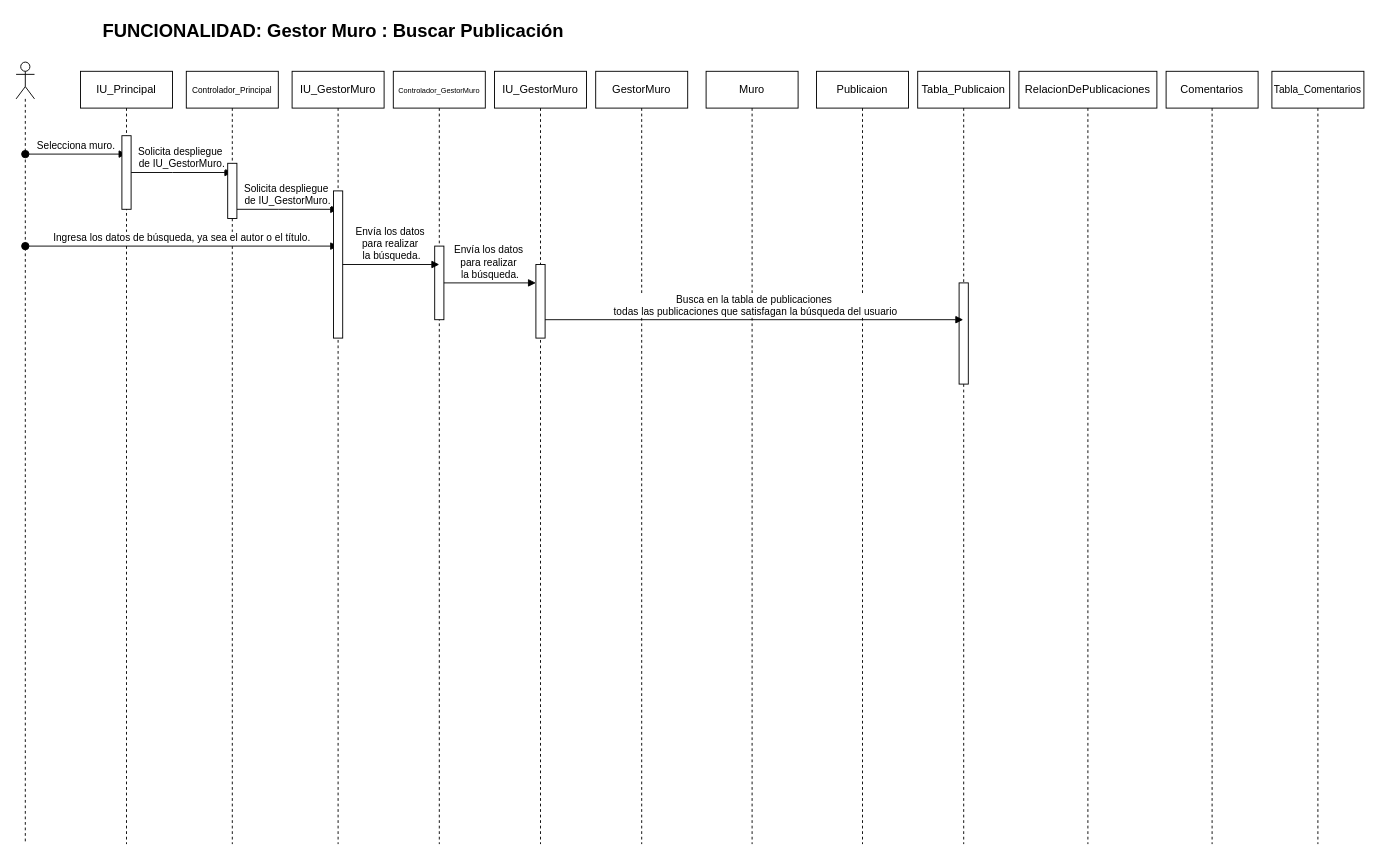
Above: page "Page-2" (2 of 3) of Untitled Diagram.drawio in GamalielAbad12/UnProyecto (draw.io), before the change. Source tidied: cells renumbered, new cells numbered last; positions are measured from the earlier drawing's top-left corner, leaving out a move shared by most shapes. Both pictures are drawn from the tidied source at 92%, with x=0, y=0 at pixel (16, 16).
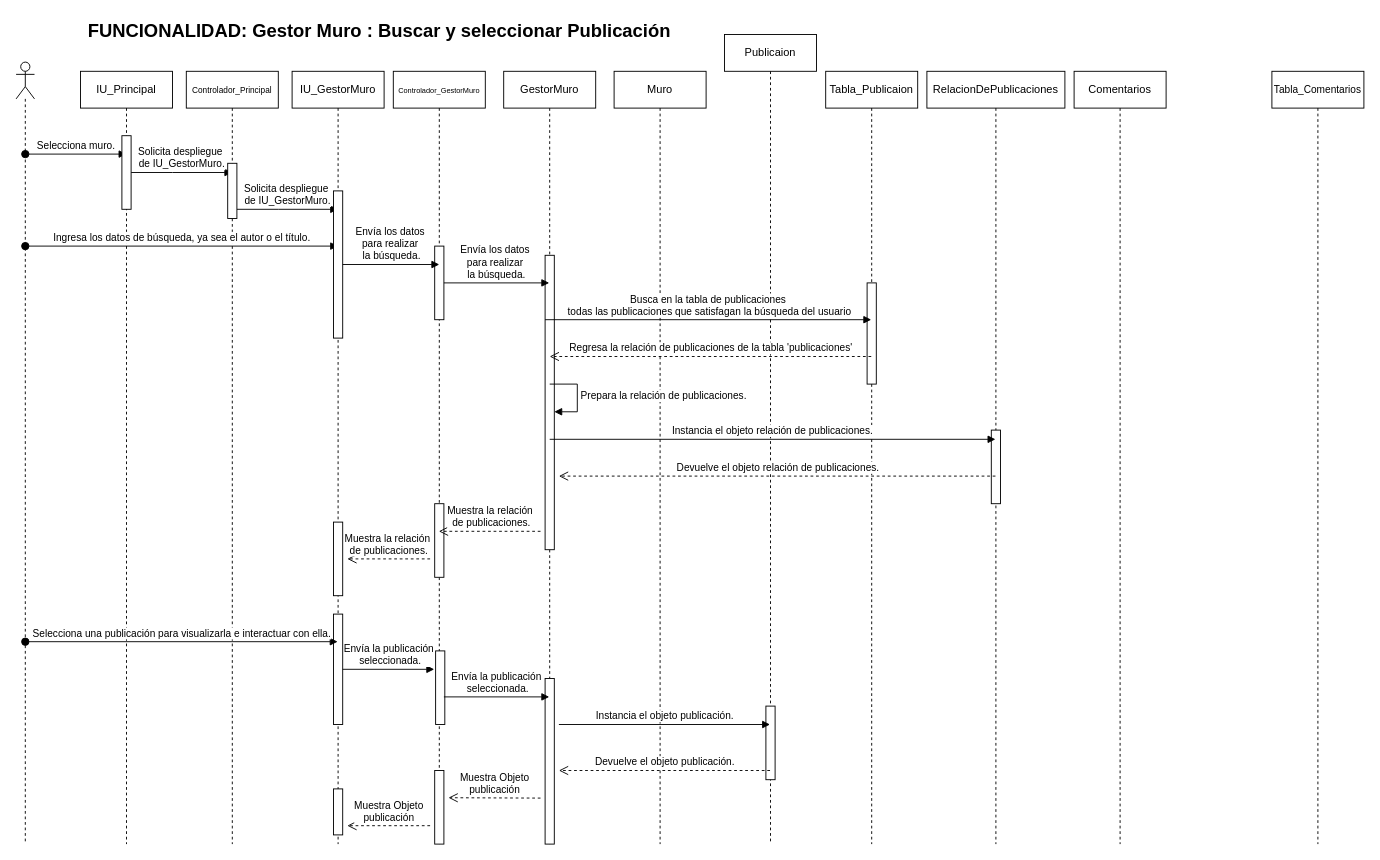
Above is the later version.

Unchanged cells that the change refers to:
```xml
<mxCell id="3" value="IU_GestorMuro" style="shape=umlLifeline;perimeter=lifelinePerimeter;whiteSpace=wrap;html=1;outlineConnect=0;portConstraint=eastwest;newEdgeStyle={&quot;curved&quot;:0,&quot;rounded&quot;:0};" parent="1" vertex="1">
  <mxGeometry x="300" y="60" width="100" height="840" as="geometry" />
</mxCell>
<mxCell id="5" value="&lt;font style=&quot;font-size: 8px;&quot;&gt;Controlador_GestorMuro&lt;/font&gt;" style="shape=umlLifeline;perimeter=lifelinePerimeter;whiteSpace=wrap;html=1;outlineConnect=0;portConstraint=eastwest;newEdgeStyle={&quot;curved&quot;:0,&quot;rounded&quot;:0};" parent="1" vertex="1">
  <mxGeometry x="410" y="60" width="100" height="840" as="geometry" />
</mxCell>
<mxCell id="25" style="html=1;points=[[0,0,0,0,5],[0,1,0,0,-5],[1,0,0,0,5],[1,1,0,0,-5]];perimeter=orthogonalPerimeter;outlineConnect=0;targetShapes=umlLifeline;portConstraint=eastwest;newEdgeStyle={&quot;curved&quot;:0,&quot;rounded&quot;:0};" parent="1" vertex="1">
  <mxGeometry x="455" y="250" width="10" height="80" as="geometry" />
</mxCell>
```

What changed in the source:
```diff
@@
+    <mxCell id="29" style="html=1;perimeter=orthogonalPerimeter;targetShapes=umlLifeline;newEdgeStyle={&quot;curved&quot;:0,&quot;rounded&quot;:0};" parent="3" vertex="1">
+      <mxGeometry x="45" y="490" width="10" height="80" as="geometry" />
+    </mxCell>
+    <mxCell id="30" style="html=1;perimeter=orthogonalPerimeter;targetShapes=umlLifeline;newEdgeStyle={&quot;curved&quot;:0,&quot;rounded&quot;:0};" parent="3" vertex="1">
+      <mxGeometry x="45" y="590" width="10" height="120" as="geometry" />
+    </mxCell>
+    <mxCell id="31" style="html=1;perimeter=orthogonalPerimeter;targetShapes=umlLifeline;newEdgeStyle={&quot;curved&quot;:0,&quot;rounded&quot;:0};" parent="3" vertex="1">
+      <mxGeometry x="45" y="780" width="10" height="50" as="geometry" />
+    </mxCell>
@@
-    <mxCell id="6" value="IU_GestorMuro" style="shape=umlLifeline;perimeter=lifelinePerimeter;whiteSpace=wrap;html=1;newEdgeStyle={&quot;curved&quot;:0,&quot;rounded&quot;:0};" parent="1" vertex="1">
-      <mxGeometry x="520" y="60" width="100" height="840" as="geometry" />
-    </mxCell>
-    <mxCell id="7" style="html=1;points=[[0,0,0,0,5],[0,1,0,0,-5],[1,0,0,0,5],[1,1,0,0,-5]];perimeter=orthogonalPerimeter;outlineConnect=0;targetShapes=umlLifeline;portConstraint=eastwest;newEdgeStyle={&quot;curved&quot;:0,&quot;rounded&quot;:0};" parent="6" vertex="1">
-      <mxGeometry x="45" y="210" width="10" height="80" as="geometry" />
-    </mxCell>
+    <mxCell id="32" style="html=1;perimeter=orthogonalPerimeter;targetShapes=umlLifeline;newEdgeStyle={&quot;curved&quot;:0,&quot;rounded&quot;:0};" parent="5" vertex="1">
+      <mxGeometry x="45" y="470" width="10" height="80" as="geometry" />
+    </mxCell>
+    <mxCell id="33" style="html=1;perimeter=orthogonalPerimeter;targetShapes=umlLifeline;newEdgeStyle={&quot;curved&quot;:0,&quot;rounded&quot;:0};" parent="5" vertex="1">
+      <mxGeometry x="46" y="630" width="10" height="80" as="geometry" />
+    </mxCell>
+    <mxCell id="34" style="html=1;perimeter=orthogonalPerimeter;targetShapes=umlLifeline;newEdgeStyle={&quot;curved&quot;:0,&quot;rounded&quot;:0};" parent="5" vertex="1">
+      <mxGeometry x="45" y="760" width="10" height="80" as="geometry" />
+    </mxCell>
     <mxCell id="8" value="GestorMuro" style="shape=umlLifeline;perimeter=lifelinePerimeter;whiteSpace=wrap;html=1;outlineConnect=0;portConstraint=eastwest;newEdgeStyle={&quot;curved&quot;:0,&quot;rounded&quot;:0};" parent="1" vertex="1">
-      <mxGeometry x="630" y="60" width="100" height="840" as="geometry" />
+      <mxGeometry x="530" y="60" width="100" height="840" as="geometry" />
     </mxCell>
+    <mxCell id="35" style="html=1;perimeter=orthogonalPerimeter;targetShapes=umlLifeline;newEdgeStyle={&quot;curved&quot;:0,&quot;rounded&quot;:0};" parent="8" vertex="1">
+      <mxGeometry x="45" y="200" width="10" height="320" as="geometry" />
+    </mxCell>
+    <mxCell id="36" style="html=1;perimeter=orthogonalPerimeter;targetShapes=umlLifeline;newEdgeStyle={&quot;curved&quot;:0,&quot;rounded&quot;:0};" parent="8" vertex="1">
+      <mxGeometry x="45" y="660" width="10" height="180" as="geometry" />
+    </mxCell>
     <mxCell id="9" value="Muro" style="shape=umlLifeline;perimeter=lifelinePerimeter;whiteSpace=wrap;html=1;newEdgeStyle={&quot;curved&quot;:0,&quot;rounded&quot;:0};" parent="1" vertex="1">
-      <mxGeometry x="750" y="60" width="100" height="840" as="geometry" />
+      <mxGeometry x="650" y="60" width="100" height="840" as="geometry" />
     </mxCell>
     <mxCell id="10" value="Publicaion" style="shape=umlLifeline;perimeter=lifelinePerimeter;whiteSpace=wrap;html=1;outlineConnect=0;portConstraint=eastwest;newEdgeStyle={&quot;curved&quot;:0,&quot;rounded&quot;:0};" parent="1" vertex="1">
-      <mxGeometry x="870" y="60" width="100" height="840" as="geometry" />
+      <mxGeometry x="770" y="20" width="100" height="880" as="geometry" />
     </mxCell>
+    <mxCell id="37" style="html=1;perimeter=orthogonalPerimeter;targetShapes=umlLifeline;newEdgeStyle={&quot;curved&quot;:0,&quot;rounded&quot;:0};" parent="10" vertex="1">
+      <mxGeometry x="45" y="730" width="10" height="80" as="geometry" />
+    </mxCell>
     <mxCell id="11" value="Comentarios" style="shape=umlLifeline;perimeter=lifelinePerimeter;whiteSpace=wrap;html=1;newEdgeStyle={&quot;curved&quot;:0,&quot;rounded&quot;:0};" parent="1" vertex="1">
-      <mxGeometry x="1250" y="60" width="100" height="840" as="geometry" />
+      <mxGeometry x="1150" y="60" width="100" height="840" as="geometry" />
     </mxCell>
@@
     <mxCell id="13" value="Tabla_Publicaion" style="shape=umlLifeline;perimeter=lifelinePerimeter;whiteSpace=wrap;html=1;outlineConnect=0;portConstraint=eastwest;newEdgeStyle={&quot;curved&quot;:0,&quot;rounded&quot;:0};" parent="1" vertex="1">
-      <mxGeometry x="980" y="60" width="100" height="840" as="geometry" />
+      <mxGeometry x="880" y="60" width="100" height="840" as="geometry" />
     </mxCell>
@@
     <mxCell id="15" value="RelacionDePublicaciones" style="shape=umlLifeline;perimeter=lifelinePerimeter;whiteSpace=wrap;html=1;outlineConnect=0;portConstraint=eastwest;newEdgeStyle={&quot;curved&quot;:0,&quot;rounded&quot;:0};" parent="1" vertex="1">
-      <mxGeometry x="1090" y="60" width="150" height="840" as="geometry" />
+      <mxGeometry x="990" y="60" width="150" height="840" as="geometry" />
     </mxCell>
+    <mxCell id="38" style="html=1;perimeter=orthogonalPerimeter;targetShapes=umlLifeline;newEdgeStyle={&quot;curved&quot;:0,&quot;rounded&quot;:0};" parent="15" vertex="1">
+      <mxGeometry x="70" y="390" width="10" height="80" as="geometry" />
+    </mxCell>
@@
-    <mxCell id="17" value="&lt;b&gt;&lt;font style=&quot;font-size: 20px;&quot;&gt;FUNCIONALIDAD: Gestor Muro : Buscar Publicación&lt;/font&gt;&lt;/b&gt;" style="text;strokeColor=none;align=center;fillColor=none;html=1;verticalAlign=middle;whiteSpace=wrap;rounded=0;" parent="1" vertex="1">
-      <mxGeometry x="50" width="590" height="30" as="geometry" />
+    <mxCell id="17" value="&lt;b&gt;&lt;font style=&quot;font-size: 20px;&quot;&gt;FUNCIONALIDAD: Gestor Muro : Buscar y seleccionar Publicación&lt;/font&gt;&lt;/b&gt;" style="text;strokeColor=none;align=center;fillColor=none;html=1;verticalAlign=middle;whiteSpace=wrap;rounded=0;" parent="1" vertex="1">
+      <mxGeometry x="50" width="690" height="30" as="geometry" />
     </mxCell>
@@
-    <mxCell id="27" value="Envía los datos&amp;nbsp;&lt;div&gt;para realizar&amp;nbsp;&lt;/div&gt;&lt;div&gt;la búsqueda.&lt;/div&gt;" style="html=1;verticalAlign=bottom;endArrow=block;curved=0;rounded=0;" parent="1" edge="1" source="25" target="7">
+    <mxCell id="27" value="Envía los datos&amp;nbsp;&lt;div&gt;para realizar&amp;nbsp;&lt;/div&gt;&lt;div&gt;la búsqueda.&lt;/div&gt;" style="html=1;verticalAlign=bottom;endArrow=block;curved=0;rounded=0;" parent="1" edge="1" source="25" target="8">
       <mxGeometry relative="1" as="geometry" />
     </mxCell>
@@
+    <mxCell id="39" value="Regresa la relación de publicaciones de la tabla 'publicaciones'" style="html=1;verticalAlign=bottom;endArrow=open;dashed=1;endSize=8;curved=0;rounded=0;" parent="1" edge="1" source="13">
+      <mxGeometry relative="1" as="geometry">
+        <mxPoint x="580" y="370" as="targetPoint" />
+      </mxGeometry>
+    </mxCell>
+    <mxCell id="40" value="Prepara la relación de publicaciones." style="html=1;align=left;spacingLeft=2;endArrow=block;rounded=0;edgeStyle=orthogonalEdgeStyle;curved=0;rounded=0;" parent="1" edge="1">
+      <mxGeometry relative="1" as="geometry">
+        <mxPoint x="580" y="400" as="sourcePoint" />
+        <mxPoint x="585" y="430.1" as="targetPoint" />
+        <Array as="points">
+          <mxPoint x="610" y="430" />
+        </Array>
+      </mxGeometry>
+    </mxCell>
+    <mxCell id="41" value="Instancia el objeto relación de publicaciones." style="html=1;verticalAlign=bottom;endArrow=block;curved=0;rounded=0;" parent="1" edge="1" target="15">
+      <mxGeometry relative="1" as="geometry">
+        <mxPoint x="580" y="460" as="sourcePoint" />
+      </mxGeometry>
+    </mxCell>
+    <mxCell id="42" value="Devuelve el objeto relación de publicaciones." style="html=1;verticalAlign=bottom;endArrow=open;dashed=1;endSize=8;curved=0;rounded=0;" parent="1" edge="1" source="15">
+      <mxGeometry relative="1" as="geometry">
+        <mxPoint x="590" y="500" as="targetPoint" />
+      </mxGeometry>
+    </mxCell>
+    <mxCell id="43" value="Muestra la relación&lt;div&gt;&amp;nbsp;de publicaciones.&lt;/div&gt;" style="html=1;verticalAlign=bottom;endArrow=open;dashed=1;endSize=8;curved=0;rounded=0;" parent="1" edge="1" target="5">
+      <mxGeometry relative="1" as="geometry">
+        <mxPoint x="570" y="560" as="sourcePoint" />
+      </mxGeometry>
+    </mxCell>
+    <mxCell id="44" value="Muestra la relación&amp;nbsp;&lt;div&gt;de publicaciones.&lt;/div&gt;" style="html=1;verticalAlign=bottom;endArrow=open;dashed=1;endSize=8;curved=0;rounded=0;" parent="1" edge="1">
+      <mxGeometry relative="1" as="geometry">
+        <mxPoint x="450" y="590" as="sourcePoint" />
+        <mxPoint x="360" y="590" as="targetPoint" />
+      </mxGeometry>
+    </mxCell>
+    <mxCell id="45" value="Selecciona una publicación para visualizarla e interactuar con ella." style="html=1;verticalAlign=bottom;startArrow=oval;startFill=1;endArrow=block;startSize=8;curved=0;rounded=0;" parent="1" edge="1" target="3">
+      <mxGeometry relative="1" as="geometry">
+        <mxPoint x="10" y="680" as="sourcePoint" />
+      </mxGeometry>
+    </mxCell>
+    <mxCell id="46" value="Envía la publicación&lt;div&gt;&amp;nbsp;seleccionada.&lt;/div&gt;" style="html=1;verticalAlign=bottom;endArrow=block;curved=0;rounded=0;" parent="1" edge="1">
+      <mxGeometry relative="1" as="geometry">
+        <mxPoint x="355" y="710" as="sourcePoint" />
+        <mxPoint x="454.5" y="710" as="targetPoint" />
+      </mxGeometry>
+    </mxCell>
+    <mxCell id="47" value="Envía la publicación&lt;div&gt;&amp;nbsp;seleccionada.&lt;/div&gt;" style="html=1;verticalAlign=bottom;endArrow=block;curved=0;rounded=0;" parent="1" edge="1" target="8">
+      <mxGeometry relative="1" as="geometry">
+        <mxPoint x="465" y="740" as="sourcePoint" />
+      </mxGeometry>
+    </mxCell>
+    <mxCell id="48" value="Instancia el objeto publicación." style="html=1;verticalAlign=bottom;endArrow=block;curved=0;rounded=0;" parent="1" edge="1" target="10">
+      <mxGeometry relative="1" as="geometry">
+        <mxPoint x="590" y="770" as="sourcePoint" />
+      </mxGeometry>
+    </mxCell>
+    <mxCell id="49" value="Devuelve el objeto publicación." style="html=1;verticalAlign=bottom;endArrow=open;dashed=1;endSize=8;curved=0;rounded=0;" parent="1" edge="1" source="10">
+      <mxGeometry relative="1" as="geometry">
+        <mxPoint x="590" y="820" as="targetPoint" />
+      </mxGeometry>
+    </mxCell>
+    <mxCell id="50" value="Muestra Objeto&lt;div&gt;publicación&lt;/div&gt;" style="html=1;verticalAlign=bottom;endArrow=open;dashed=1;endSize=8;curved=0;rounded=0;entryX=0.6;entryY=0.94;entryDx=0;entryDy=0;entryPerimeter=0;" parent="1" edge="1" target="5">
+      <mxGeometry relative="1" as="geometry">
+        <mxPoint x="570" y="850" as="sourcePoint" />
+      </mxGeometry>
+    </mxCell>
+    <mxCell id="51" value="Muestra Objeto&lt;div&gt;publicación&lt;/div&gt;" style="html=1;verticalAlign=bottom;endArrow=open;dashed=1;endSize=8;curved=0;rounded=0;" parent="1" edge="1">
+      <mxGeometry relative="1" as="geometry">
+        <mxPoint x="450" y="880" as="sourcePoint" />
+        <mxPoint x="360" y="880" as="targetPoint" />
+      </mxGeometry>
+    </mxCell>
```
